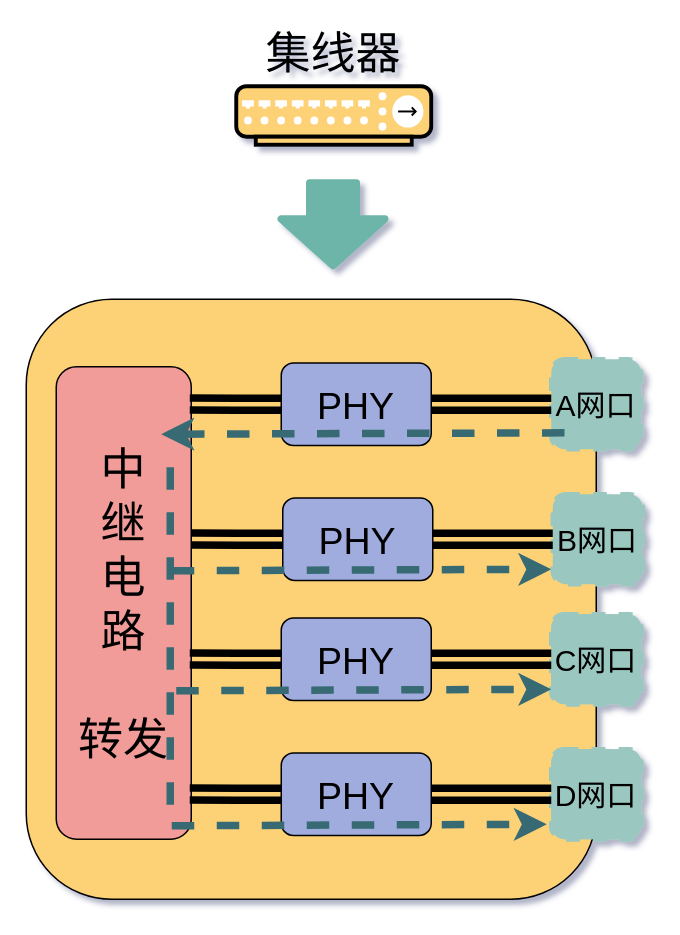
Earlier version of the draw.io diagram network/集线器内部结构.drawio (xiaobaiTech/image). Source tidied: cells renumbered, new cells numbered last; positions are measured from the earlier drawing's top-left corner, leaving out a move shared by most shapes. Both pictures are drawn from the tidied source at 150%, with x=0, y=0 at pixel (26, 28).
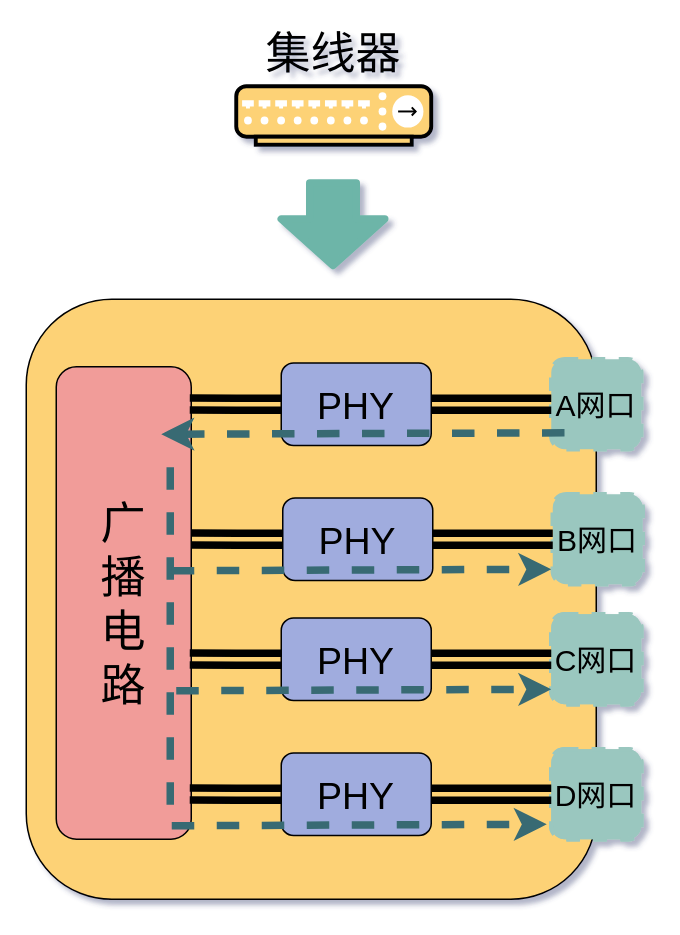
After the change.

Commit message:
更新集线器内部结构.drawio

What changed in the source:
```diff
@@
-    <mxCell id="8" value="&lt;font style=&quot;font-size: 30px&quot;&gt;中&lt;br&gt;继&lt;br&gt;电&lt;br&gt;路&lt;br&gt;&lt;br&gt;转发&lt;/font&gt;" style="rounded=1;whiteSpace=wrap;html=1;fillColor=#F19C99;" parent="1" vertex="1">
+    <mxCell id="8" value="&lt;span style=&quot;font-size: 30px;&quot;&gt;广&lt;br&gt;播&lt;br&gt;电&lt;br&gt;路&lt;/span&gt;" style="rounded=1;whiteSpace=wrap;html=1;fillColor=#F19C99;" parent="1" vertex="1">
       <mxGeometry x="20" y="225" width="90" height="315" as="geometry" />
     </mxCell>
```
